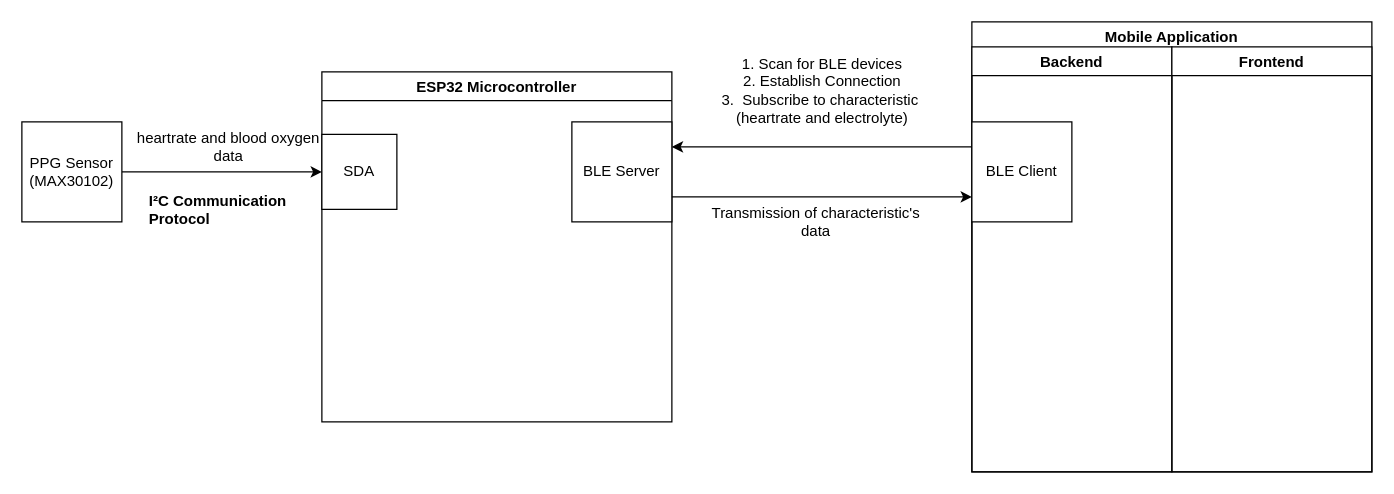
herbertbruyn/ECE477_HydraWise keeps this draw.io diagram as functional_diagram_477.drawio. Above is the earlier version. Source tidied: cells renumbered, new cells numbered last; positions are measured from the earlier drawing's top-left corner, leaving out a move shared by most shapes. Both pictures are drawn from the tidied source at 125%, with x=0, y=0 at pixel (21, 21).
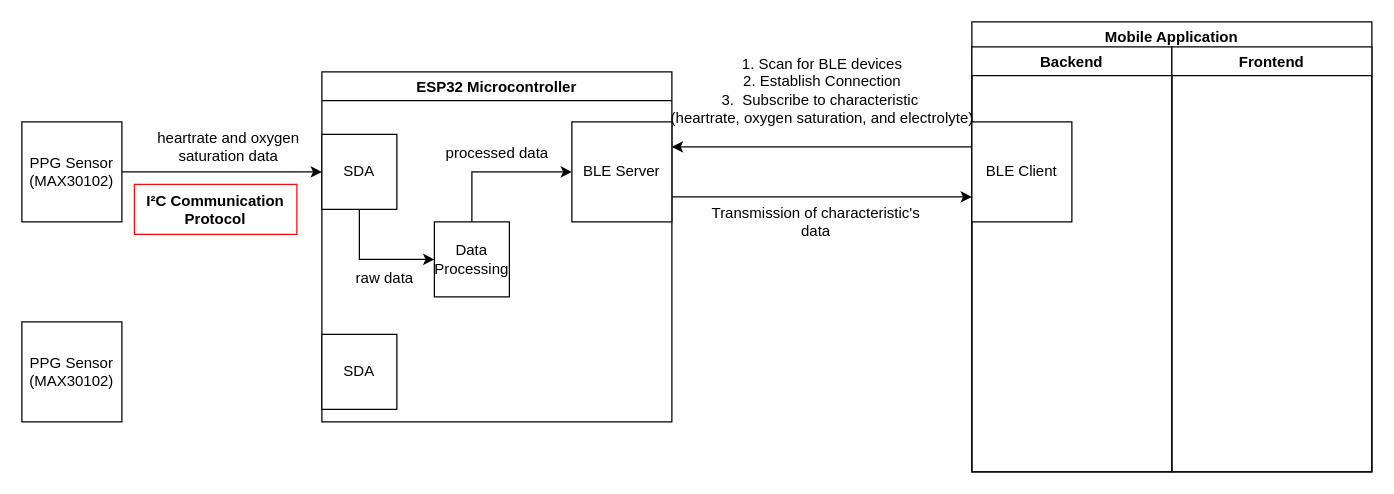
After the change.

The change refers to these unchanged cells:
```xml
<mxCell id="5" value="ESP32 Microcontroller" style="swimlane;" parent="1" vertex="1">
  <mxGeometry x="240" y="40" width="280" height="280" as="geometry" />
</mxCell>
<mxCell id="6" value="BLE Server" style="whiteSpace=wrap;html=1;" parent="5" vertex="1">
  <mxGeometry x="200" y="40" width="80" height="80" as="geometry" />
</mxCell>
<mxCell id="7" value="SDA" style="whiteSpace=wrap;html=1;" parent="5" vertex="1">
  <mxGeometry y="50" width="60" height="60" as="geometry" />
</mxCell>
```

Diff of the diagram source:
```diff
@@
+    <mxCell id="17" style="edgeStyle=orthogonalEdgeStyle;rounded=0;jettySize=auto;html=1;exitX=0.5;exitY=1;exitDx=0;exitDy=0;entryX=0;entryY=0.5;entryDx=0;entryDy=0;" parent="5" edge="1" source="7" target="19">
+      <mxGeometry relative="1" as="geometry" />
+    </mxCell>
@@
+    <mxCell id="18" style="edgeStyle=orthogonalEdgeStyle;rounded=0;jettySize=auto;html=1;exitX=0.5;exitY=0;exitDx=0;exitDy=0;entryX=0;entryY=0.5;entryDx=0;entryDy=0;" parent="5" edge="1" source="19" target="6">
+      <mxGeometry relative="1" as="geometry" />
+    </mxCell>
+    <mxCell id="19" value="Data Processing" style="whiteSpace=wrap;html=1;" parent="5" vertex="1">
+      <mxGeometry x="90" y="120" width="60" height="60" as="geometry" />
+    </mxCell>
+    <mxCell id="20" value="raw data" style="text;html=1;align=center;verticalAlign=middle;strokeColor=none;fillColor=none;" parent="5" vertex="1">
+      <mxGeometry x="15" y="150" width="70" height="30" as="geometry" />
+    </mxCell>
+    <mxCell id="21" value="processed data" style="text;html=1;align=center;verticalAlign=middle;strokeColor=none;fillColor=none;" parent="5" vertex="1">
+      <mxGeometry x="85" y="50" width="110" height="30" as="geometry" />
+    </mxCell>
+    <mxCell id="22" value="SDA" style="whiteSpace=wrap;html=1;" parent="5" vertex="1">
+      <mxGeometry y="210" width="60" height="60" as="geometry" />
+    </mxCell>
@@
-    <mxCell id="11" value="1. Scan for BLE devices&lt;div&gt;2. Establish Connection&lt;/div&gt;&lt;div&gt;3.&amp;nbsp; Subscribe to characteristic&amp;nbsp;&lt;/div&gt;&lt;div&gt;(heartrate and electrolyte)&lt;/div&gt;" style="text;html=1;align=center;verticalAlign=middle;strokeColor=none;fillColor=none;" parent="1" vertex="1">
-      <mxGeometry x="550" y="20" width="180" height="70" as="geometry" />
+    <mxCell id="11" value="1. Scan for BLE devices&lt;div&gt;2. Establish Connection&lt;/div&gt;&lt;div&gt;3.&amp;nbsp; Subscribe to characteristic&amp;nbsp;&lt;/div&gt;&lt;div&gt;(heartrate, oxygen saturation, and electrolyte)&lt;/div&gt;" style="text;html=1;align=center;verticalAlign=middle;strokeColor=none;fillColor=none;" parent="1" vertex="1">
+      <mxGeometry x="505" y="20" width="270" height="70" as="geometry" />
     </mxCell>
@@
-    <mxCell id="15" value="&lt;font face=&quot;Helvetica&quot;&gt;&lt;b&gt;I²C Communication Protocol&lt;/b&gt;&lt;/font&gt;" style="text;whiteSpace=wrap;html=1;" parent="1" vertex="1">
-      <mxGeometry x="100" y="130" width="130" height="40" as="geometry" />
+    <mxCell id="15" value="&lt;font face=&quot;Helvetica&quot;&gt;&lt;b&gt;I²C Communication Protocol&lt;/b&gt;&lt;/font&gt;" style="text;whiteSpace=wrap;html=1;strokeColor=light-dark(#fb0909, #ededed);align=center;" parent="1" vertex="1">
+      <mxGeometry x="90" y="130" width="130" height="40" as="geometry" />
     </mxCell>
-    <mxCell id="16" value="heartrate and blood oxygen&lt;div&gt;data&lt;/div&gt;" style="text;html=1;align=center;verticalAlign=middle;strokeColor=none;fillColor=none;" parent="1" vertex="1">
-      <mxGeometry x="80" y="80" width="170" height="40" as="geometry" />
+    <mxCell id="16" value="heartrate and oxygen&lt;div&gt;saturation data&lt;/div&gt;" style="text;html=1;align=center;verticalAlign=middle;strokeColor=none;fillColor=none;" parent="1" vertex="1">
+      <mxGeometry x="95" y="80" width="140" height="40" as="geometry" />
     </mxCell>
+    <mxCell id="23" value="PPG Sensor&lt;div&gt;(MAX30102)&lt;/div&gt;" style="whiteSpace=wrap;html=1;" parent="1" vertex="1">
+      <mxGeometry y="240" width="80" height="80" as="geometry" />
+    </mxCell>
```
